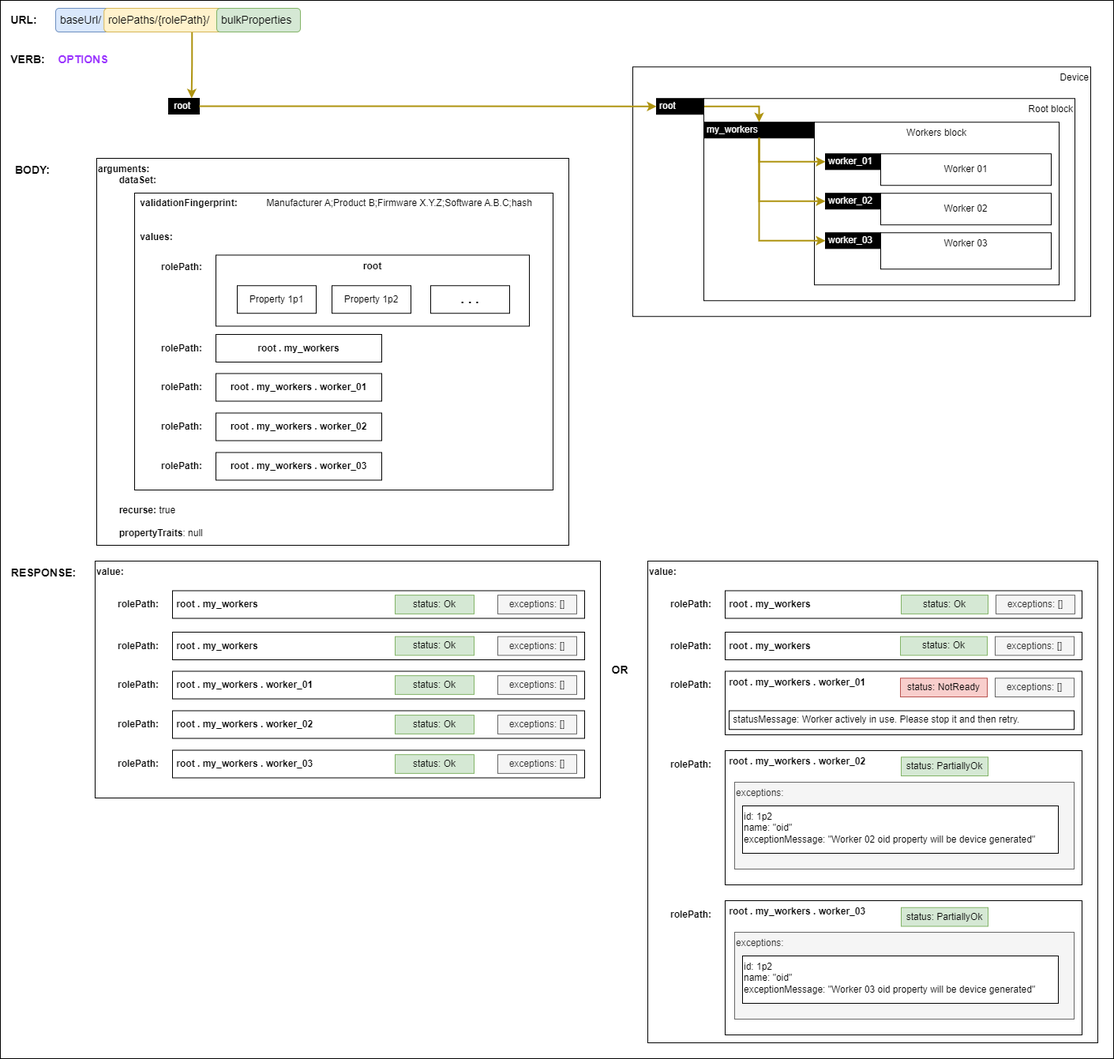
AMWA-TV/is-device-configuration keeps this draw.io diagram as docs/images/validating-full-backup.png. Above is the earlier version. Source tidied: cells renumbered, new cells last; positions are measured from the earlier drawing's top-left corner, leaving out a move shared by most shapes.
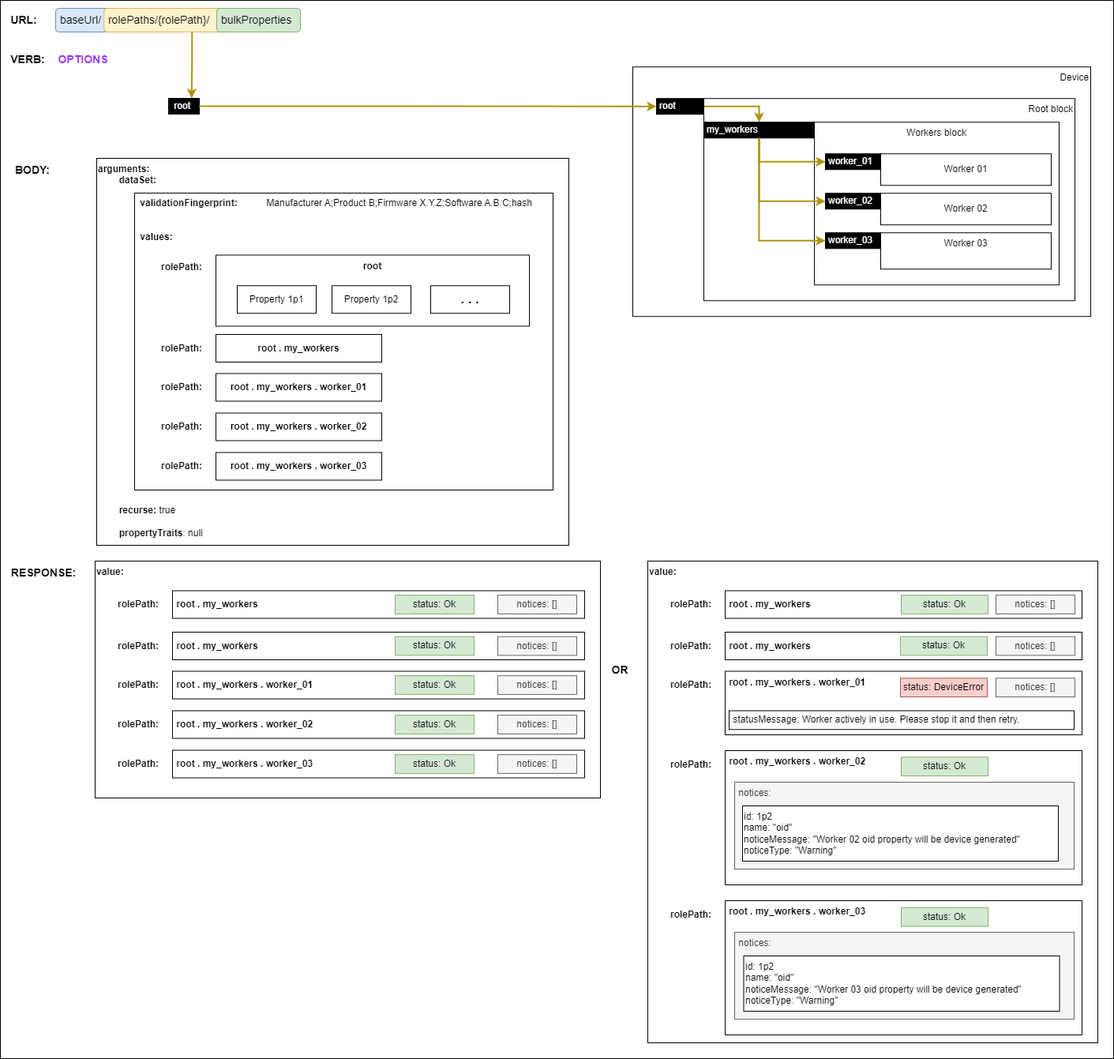
The same file after the commit.

Diff of the diagram source:
```diff
@@ -209,10 +209,10 @@
     <mxCell id="70" value="status: Ok" style="rounded=0;whiteSpace=wrap;html=1;strokeColor=#82b366;align=center;verticalAlign=middle;fontFamily=Helvetica;fontSize=12;fontColor=default;fillColor=#d5e8d4;" parent="1" vertex="1">
       <mxGeometry x="1140" y="805.6" width="110" height="23.8" as="geometry" />
     </mxCell>
-    <mxCell id="71" value="status: NotReady" style="rounded=0;whiteSpace=wrap;html=1;strokeColor=#b85450;align=center;verticalAlign=middle;fontFamily=Helvetica;fontSize=12;fillColor=#f8cecc;" parent="1" vertex="1">
+    <mxCell id="71" value="status: DeviceError" style="rounded=0;whiteSpace=wrap;html=1;strokeColor=#b85450;align=center;verticalAlign=middle;fontFamily=Helvetica;fontSize=12;fillColor=#f8cecc;" parent="1" vertex="1">
       <mxGeometry x="1140" y="858.2" width="110" height="23.8" as="geometry" />
     </mxCell>
-    <mxCell id="72" value="status: PartiallyOk" style="rounded=0;whiteSpace=wrap;html=1;strokeColor=#82b366;align=center;verticalAlign=middle;fontFamily=Helvetica;fontSize=12;fontColor=default;fillColor=#d5e8d4;" parent="1" vertex="1">
+    <mxCell id="72" value="status: Ok" style="rounded=0;whiteSpace=wrap;html=1;strokeColor=#82b366;align=center;verticalAlign=middle;fontFamily=Helvetica;fontSize=12;fontColor=default;fillColor=#d5e8d4;" parent="1" vertex="1">
       <mxGeometry x="1141" y="958.2" width="110" height="23.8" as="geometry" />
     </mxCell>
     <mxCell id="73" value="OR" style="text;html=1;strokeColor=none;fillColor=none;align=center;verticalAlign=middle;whiteSpace=wrap;rounded=0;fontStyle=1;fontSize=14;" parent="1" vertex="1">
@@ -221,26 +221,11 @@
     <mxCell id="74" value="&amp;nbsp;statusMessage: Worker actively in use. Please stop it and then retry." style="rounded=0;whiteSpace=wrap;html=1;align=left;verticalAlign=middle;fontFamily=Helvetica;fontSize=12;" parent="1" vertex="1">
       <mxGeometry x="923" y="899.5" width="437" height="23.8" as="geometry" />
     </mxCell>
-    <mxCell id="75" value="exceptions: []" style="rounded=0;whiteSpace=wrap;html=1;fillColor=#f5f5f5;fontColor=#333333;strokeColor=#666666;" parent="1" vertex="1">
-      <mxGeometry x="630" y="753.1" width="100" height="23.8" as="geometry" />
-    </mxCell>
-    <mxCell id="76" value="exceptions: []" style="rounded=0;whiteSpace=wrap;html=1;fillColor=#f5f5f5;fontColor=#333333;strokeColor=#666666;" parent="1" vertex="1">
-      <mxGeometry x="630" y="805.6" width="100" height="23.8" as="geometry" />
-    </mxCell>
-    <mxCell id="77" value="exceptions: []" style="rounded=0;whiteSpace=wrap;html=1;fillColor=#f5f5f5;fontColor=#333333;strokeColor=#666666;" parent="1" vertex="1">
-      <mxGeometry x="630" y="855.1" width="100" height="23.8" as="geometry" />
-    </mxCell>
-    <mxCell id="78" value="exceptions: []" style="rounded=0;whiteSpace=wrap;html=1;fillColor=#f5f5f5;fontColor=#333333;strokeColor=#666666;" parent="1" vertex="1">
-      <mxGeometry x="630" y="905.1" width="100" height="23.8" as="geometry" />
-    </mxCell>
-    <mxCell id="79" value="exceptions: []" style="rounded=0;whiteSpace=wrap;html=1;fillColor=#f5f5f5;fontColor=#333333;strokeColor=#666666;" parent="1" vertex="1">
-      <mxGeometry x="630" y="955.1" width="100" height="23.8" as="geometry" />
-    </mxCell>
-    <mxCell id="80" value="exceptions:" style="rounded=0;whiteSpace=wrap;html=1;fillColor=#f5f5f5;fontColor=#333333;strokeColor=#666666;verticalAlign=top;align=left;" parent="1" vertex="1">
+    <mxCell id="80" value="&amp;nbsp;notices:" style="rounded=0;whiteSpace=wrap;html=1;fillColor=#f5f5f5;fontColor=#333333;strokeColor=#666666;verticalAlign=top;align=left;" parent="1" vertex="1">
       <mxGeometry x="930" y="990" width="430" height="110" as="geometry" />
     </mxCell>
-    <mxCell id="81" value="id: 1p2&lt;div&gt;name: &quot;oid&quot;&lt;br&gt;&lt;/div&gt;&lt;div&gt;exceptionMessage: &quot;Worker 02 oid property will be device generated&quot;&lt;br&gt;&lt;/div&gt;" style="rounded=0;whiteSpace=wrap;html=1;align=left;verticalAlign=top;fontFamily=Helvetica;fontSize=12;" parent="1" vertex="1">
-      <mxGeometry x="940" y="1020" width="400" height="60" as="geometry" />
+    <mxCell id="81" value="id: 1p2&lt;div&gt;name: &quot;oid&quot;&lt;br&gt;&lt;/div&gt;&lt;div&gt;noticeMessage: &quot;Worker 02 oid property will be device generated&quot;&lt;br&gt;&lt;/div&gt;&lt;div&gt;noticeType: &quot;Warning&quot;&lt;/div&gt;" style="rounded=0;whiteSpace=wrap;html=1;align=left;verticalAlign=top;fontFamily=Helvetica;fontSize=12;" parent="1" vertex="1">
+      <mxGeometry x="940" y="1020" width="400" height="70" as="geometry" />
     </mxCell>
     <mxCell id="82" value="&amp;nbsp;root . my_workers . worker_03" style="rounded=0;whiteSpace=wrap;html=1;align=left;fontStyle=1;verticalAlign=top;" parent="1" vertex="1">
       <mxGeometry x="918" y="1140" width="452" height="170" as="geometry" />
@@ -248,23 +233,38 @@
     <mxCell id="83" value="&lt;b&gt;rolePath:&lt;/b&gt;" style="text;html=1;align=center;verticalAlign=middle;whiteSpace=wrap;rounded=0;" parent="1" vertex="1">
       <mxGeometry x="845" y="1142.5" width="60" height="30" as="geometry" />
     </mxCell>
-    <mxCell id="84" value="status: PartiallyOk" style="rounded=0;whiteSpace=wrap;html=1;strokeColor=#82b366;align=center;verticalAlign=middle;fontFamily=Helvetica;fontSize=12;fontColor=default;fillColor=#d5e8d4;" parent="1" vertex="1">
-      <mxGeometry x="1141" y="1148.8" width="110" height="23.8" as="geometry" />
-    </mxCell>
-    <mxCell id="85" value="exceptions: []" style="rounded=0;whiteSpace=wrap;html=1;fillColor=#f5f5f5;fontColor=#333333;strokeColor=#666666;" parent="1" vertex="1">
+    <mxCell id="85" value="notices: []" style="rounded=0;whiteSpace=wrap;html=1;fillColor=#f5f5f5;fontColor=#333333;strokeColor=#666666;" parent="1" vertex="1">
       <mxGeometry x="1261" y="753.1" width="100" height="23.8" as="geometry" />
     </mxCell>
-    <mxCell id="86" value="exceptions:" style="rounded=0;whiteSpace=wrap;html=1;fillColor=#f5f5f5;fontColor=#333333;strokeColor=#666666;verticalAlign=top;align=left;" parent="1" vertex="1">
+    <mxCell id="86" value="&amp;nbsp;notices:" style="rounded=0;whiteSpace=wrap;html=1;fillColor=#f5f5f5;fontColor=#333333;strokeColor=#666666;verticalAlign=top;align=left;" parent="1" vertex="1">
       <mxGeometry x="930" y="1180" width="430" height="110" as="geometry" />
     </mxCell>
-    <mxCell id="87" value="id: 1p2&lt;div&gt;name: &quot;oid&quot;&lt;br&gt;&lt;/div&gt;&lt;div&gt;exceptionMessage: &quot;Worker 03 oid property will be device generated&quot;&lt;br&gt;&lt;/div&gt;" style="rounded=0;whiteSpace=wrap;html=1;align=left;verticalAlign=top;fontFamily=Helvetica;fontSize=12;" parent="1" vertex="1">
-      <mxGeometry x="940" y="1210" width="400" height="60" as="geometry" />
-    </mxCell>
-    <mxCell id="88" value="exceptions: []" style="rounded=0;whiteSpace=wrap;html=1;fillColor=#f5f5f5;fontColor=#333333;strokeColor=#666666;" parent="1" vertex="1">
-      <mxGeometry x="1260" y="805.6" width="100" height="23.8" as="geometry" />
-    </mxCell>
-    <mxCell id="89" value="exceptions: []" style="rounded=0;whiteSpace=wrap;html=1;fillColor=#f5f5f5;fontColor=#333333;strokeColor=#666666;" parent="1" vertex="1">
-      <mxGeometry x="1260" y="858.2" width="100" height="23.8" as="geometry" />
-    </mxCell>
+    <mxCell id="90" value="id: 1p2&lt;div&gt;name: &quot;oid&quot;&lt;br&gt;&lt;/div&gt;&lt;div&gt;noticeMessage: &quot;Worker 03 oid property will be device generated&quot;&lt;br&gt;&lt;/div&gt;&lt;div&gt;noticeType: &quot;Warning&quot;&lt;/div&gt;" style="rounded=0;whiteSpace=wrap;html=1;align=left;verticalAlign=top;fontFamily=Helvetica;fontSize=12;" parent="1" vertex="1">
+      <mxGeometry x="941.5" y="1210" width="400" height="70" as="geometry" />
+    </mxCell>
+    <mxCell id="91" value="status: Ok" style="rounded=0;whiteSpace=wrap;html=1;strokeColor=#82b366;align=center;verticalAlign=middle;fontFamily=Helvetica;fontSize=12;fontColor=default;fillColor=#d5e8d4;" parent="1" vertex="1">
+      <mxGeometry x="1141" y="1148.8" width="110" height="23.8" as="geometry" />
+    </mxCell>
+    <mxCell id="92" value="notices: []" style="rounded=0;whiteSpace=wrap;html=1;fillColor=#f5f5f5;fontColor=#333333;strokeColor=#666666;" parent="1" vertex="1">
+      <mxGeometry x="1261" y="805.6" width="100" height="23.8" as="geometry" />
+    </mxCell>
+    <mxCell id="93" value="notices: []" style="rounded=0;whiteSpace=wrap;html=1;fillColor=#f5f5f5;fontColor=#333333;strokeColor=#666666;" parent="1" vertex="1">
+      <mxGeometry x="1261" y="858.2" width="100" height="23.8" as="geometry" />
+    </mxCell>
+    <mxCell id="94" value="notices: []" style="rounded=0;whiteSpace=wrap;html=1;fillColor=#f5f5f5;fontColor=#333333;strokeColor=#666666;" parent="1" vertex="1">
+      <mxGeometry x="630" y="753.1" width="100" height="23.8" as="geometry" />
+    </mxCell>
+    <mxCell id="95" value="notices: []" style="rounded=0;whiteSpace=wrap;html=1;fillColor=#f5f5f5;fontColor=#333333;strokeColor=#666666;" parent="1" vertex="1">
+      <mxGeometry x="630" y="805.6" width="100" height="23.8" as="geometry" />
+    </mxCell>
+    <mxCell id="96" value="notices: []" style="rounded=0;whiteSpace=wrap;html=1;fillColor=#f5f5f5;fontColor=#333333;strokeColor=#666666;" parent="1" vertex="1">
+      <mxGeometry x="630" y="855.1" width="100" height="23.8" as="geometry" />
+    </mxCell>
+    <mxCell id="97" value="notices: []" style="rounded=0;whiteSpace=wrap;html=1;fillColor=#f5f5f5;fontColor=#333333;strokeColor=#666666;" parent="1" vertex="1">
+      <mxGeometry x="630" y="905.1" width="100" height="23.8" as="geometry" />
+    </mxCell>
+    <mxCell id="98" value="notices: []" style="rounded=0;whiteSpace=wrap;html=1;fillColor=#f5f5f5;fontColor=#333333;strokeColor=#666666;" parent="1" vertex="1">
+      <mxGeometry x="630" y="955.1" width="100" height="23.8" as="geometry" />
+    </mxCell>
   </root>
 </mxGraphModel>
```
